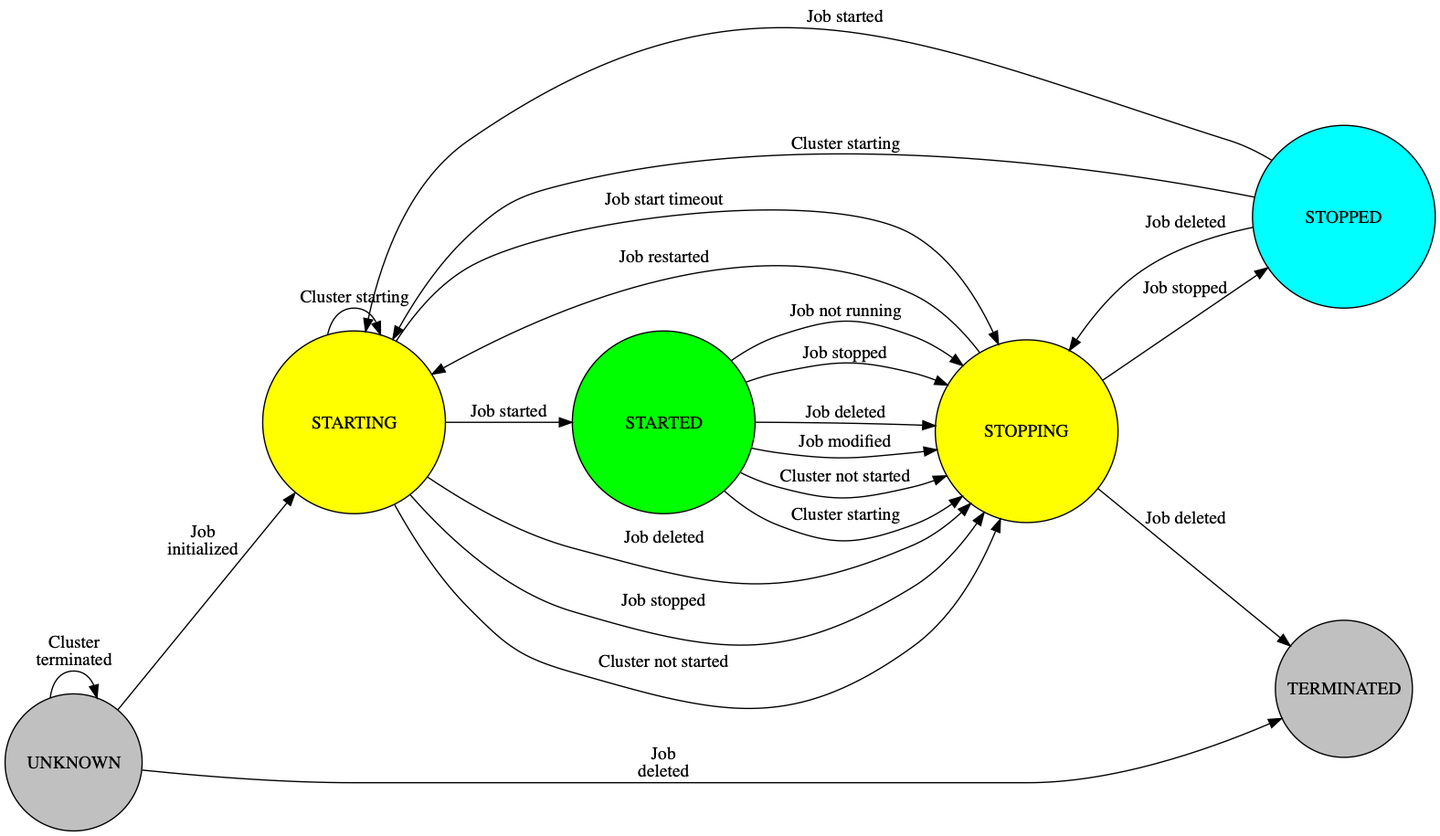
Before: graphs/flink-job.png, a diagram exported from Graphviz (nextbreakpoint/flink-k8s-toolbox). Its source is kept beside it as graphs/flink-job.dot. The source it was exported from:
```dot
digraph state_machine {
  graph [autosize=false, resolution=100];
  center=true;
  margin=0;
  rankdir=LR;
  node [shape=circle style=filled fillcolor=skyblue width=1.8 heigth=1.8 fixedsize=true];
  UNKNOWN -> UNKNOWN [ label = <
      <TABLE ALIGN="LEFT" BORDER="0" CELLBORDER="0" CELLSPACING="0">
          <TR>
              <TD>Cluster<BR/>terminated</TD>
          </TR>
      </TABLE>
  > ];
  UNKNOWN -> STARTING [ label = <
      <TABLE ALIGN="LEFT" BORDER="0" CELLBORDER="0" CELLSPACING="0">
          <TR>
              <TD>Job<BR/>initialized</TD>
          </TR>
      </TABLE>
  > ];
  UNKNOWN -> TERMINATED [ label = <
      <TABLE ALIGN="LEFT" BORDER="0" CELLBORDER="0" CELLSPACING="0">
          <TR>
              <TD>Job<BR/>deleted</TD>
          </TR>
      </TABLE>
  > ];
  STARTING -> STARTED [ label = <
      <TABLE ALIGN="LEFT" BORDER="0" CELLBORDER="0" CELLSPACING="0">
          <TR>
              <TD>Job started</TD>
          </TR>
      </TABLE>
  > ];
  STARTING -> STOPPING [ label = <
      <TABLE ALIGN="LEFT" BORDER="0" CELLBORDER="0" CELLSPACING="0">
          <TR>
              <TD>Job deleted</TD>
          </TR>
      </TABLE>
  > ];
  STARTING -> STOPPING [ label = <
      <TABLE ALIGN="LEFT" BORDER="0" CELLBORDER="0" CELLSPACING="0">
          <TR>
              <TD>Job stopped</TD>
          </TR>
      </TABLE>
  > ];
  STARTING -> STOPPING [ label = <
      <TABLE ALIGN="LEFT" BORDER="0" CELLBORDER="0" CELLSPACING="0">
          <TR>
              <TD>Cluster not started</TD>
          </TR>
      </TABLE>
  > ];
  STARTING -> STARTING [ label = <
      <TABLE ALIGN="LEFT" BORDER="0" CELLBORDER="0" CELLSPACING="0">
          <TR>
              <TD>Cluster starting</TD>
          </TR>
      </TABLE>
  > ];
  STARTING -> STOPPING [ label = <
      <TABLE ALIGN="LEFT" BORDER="0" CELLBORDER="0" CELLSPACING="0">
          <TR>
              <TD>Job start timeout</TD>
          </TR>
      </TABLE>
  > ];
  STARTED -> STOPPING [ label = <
      <TABLE ALIGN="LEFT" BORDER="0" CELLBORDER="0" CELLSPACING="0">
          <TR>
              <TD>Job stopped</TD>
          </TR>
      </TABLE>
  > ];
  STARTED -> STOPPING [ label = <
      <TABLE ALIGN="LEFT" BORDER="0" CELLBORDER="0" CELLSPACING="0">
          <TR>
              <TD>Job deleted</TD>
          </TR>
      </TABLE>
  > ];
  STARTED -> STOPPING [ label = <
      <TABLE ALIGN="LEFT" BORDER="0" CELLBORDER="0" CELLSPACING="0">
          <TR>
              <TD>Job modified</TD>
          </TR>
      </TABLE>
  > ];
  STARTED -> STOPPING [ label = <
      <TABLE ALIGN="LEFT" BORDER="0" CELLBORDER="0" CELLSPACING="0">
          <TR>
              <TD>Cluster not started</TD>
          </TR>
      </TABLE>
  > ];
  STARTED -> STOPPING [ label = <
      <TABLE ALIGN="LEFT" BORDER="0" CELLBORDER="0" CELLSPACING="0">
          <TR>
              <TD>Cluster starting</TD>
          </TR>
      </TABLE>
  > ];
  STARTED -> STOPPING [ label = <
      <TABLE ALIGN="LEFT" BORDER="0" CELLBORDER="0" CELLSPACING="0">
          <TR>
              <TD>Job not running</TD>
          </TR>
      </TABLE>
  > ];
  STOPPING -> STOPPED [ label = <
      <TABLE ALIGN="LEFT" BORDER="0" CELLBORDER="0" CELLSPACING="0">
          <TR>
              <TD>Job stopped</TD>
          </TR>
      </TABLE>
  > ];
  STOPPING -> STARTING [ label = <
      <TABLE ALIGN="LEFT" BORDER="0" CELLBORDER="0" CELLSPACING="0">
          <TR>
              <TD>Job restarted</TD>
          </TR>
      </TABLE>
  > ];
  STOPPING -> TERMINATED [ label = <
      <TABLE ALIGN="LEFT" BORDER="0" CELLBORDER="0" CELLSPACING="0">
          <TR>
              <TD>Job deleted</TD>
          </TR>
      </TABLE>
  > ];
  STOPPED -> STARTING [ label = <
      <TABLE ALIGN="LEFT" BORDER="0" CELLBORDER="0" CELLSPACING="0">
          <TR>
              <TD>Job started</TD>
          </TR>
      </TABLE>
  > ];
  STOPPED -> STARTING [ label = <
      <TABLE ALIGN="LEFT" BORDER="0" CELLBORDER="0" CELLSPACING="0">
          <TR>
              <TD>Cluster starting</TD>
          </TR>
      </TABLE>
  > ];
  STOPPED -> STOPPING [ label = <
      <TABLE ALIGN="LEFT" BORDER="0" CELLBORDER="0" CELLSPACING="0">
          <TR>
              <TD>Job deleted</TD>
          </TR>
      </TABLE>
  > ];
  UNKNOWN [ label = <
      <TABLE ALIGN="LEFT" BORDER="0" CELLBORDER="0" CELLSPACING="0">
          <TR>
              <TD>UNKNOWN</TD>
          </TR>
      </TABLE>
  > ];
  STARTING [ fillcolor=yellow width=2.0 ] [ label = <
       <TABLE ALIGN="LEFT" BORDER="0" CELLBORDER="0" CELLSPACING="0">
           <TR>
               <TD>STARTING</TD>
           </TR>
       </TABLE>
     > ];
  STARTED [ fillcolor=green width=2.0 ] [ label = <
    <TABLE ALIGN="LEFT" BORDER="0" CELLBORDER="0" CELLSPACING="0">
        <TR>
            <TD>STARTED</TD>
        </TR>
    </TABLE>
  > ];
  STOPPING [ fillcolor=yellow width=2.0 ] [ label = <
    <TABLE ALIGN="LEFT" BORDER="0" CELLBORDER="0" CELLSPACING="0">
        <TR>
            <TD>STOPPING</TD>
        </TR>
    </TABLE>
  > ];
  STOPPED [ fillcolor=cyan width=2.0 ] [ label = <
     <TABLE ALIGN="LEFT" BORDER="0" CELLBORDER="0" CELLSPACING="0">
         <TR>
             <TD>STOPPED</TD>
         </TR>
     </TABLE>
    > ];
  TERMINATED [ fillcolor=grey width=1.5 ] [ label = <
       <TABLE ALIGN="LEFT" BORDER="0" CELLBORDER="0" CELLSPACING="0">
           <TR>
               <TD>TERMINATED</TD>
           </TR>
       </TABLE>
      > ];
  UNKNOWN [ fillcolor=grey width=1.5 ];
}
```
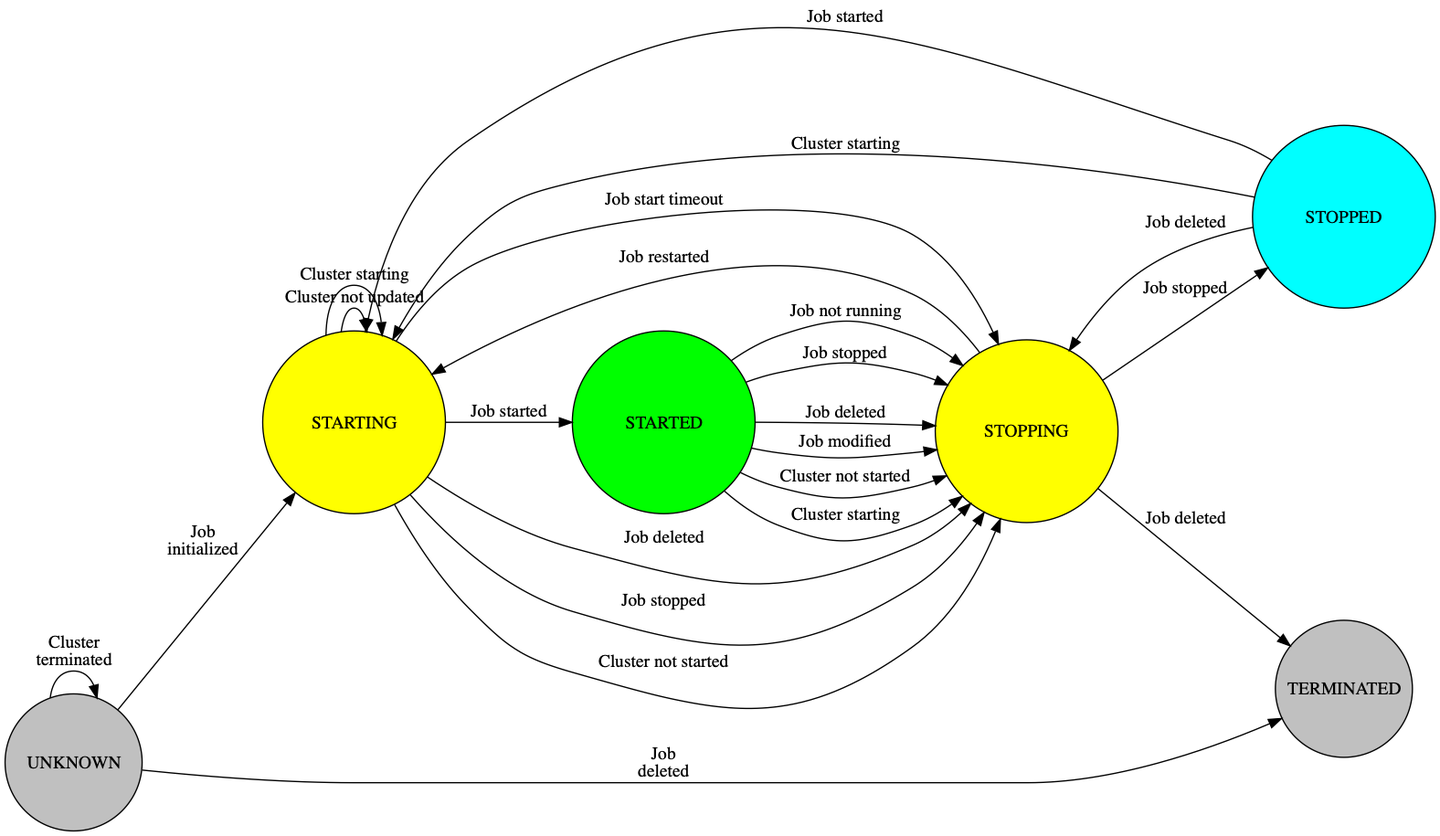
Later version of the same file.

Diff of the diagram source:
```diff
@@ -50,6 +50,13 @@
       <TABLE ALIGN="LEFT" BORDER="0" CELLBORDER="0" CELLSPACING="0">
           <TR>
               <TD>Cluster not started</TD>
+          </TR>
+      </TABLE>
+  > ];
+  STARTING -> STARTING [ label = <
+      <TABLE ALIGN="LEFT" BORDER="0" CELLBORDER="0" CELLSPACING="0">
+          <TR>
+              <TD>Cluster not updated</TD>
           </TR>
       </TABLE>
   > ];
```
